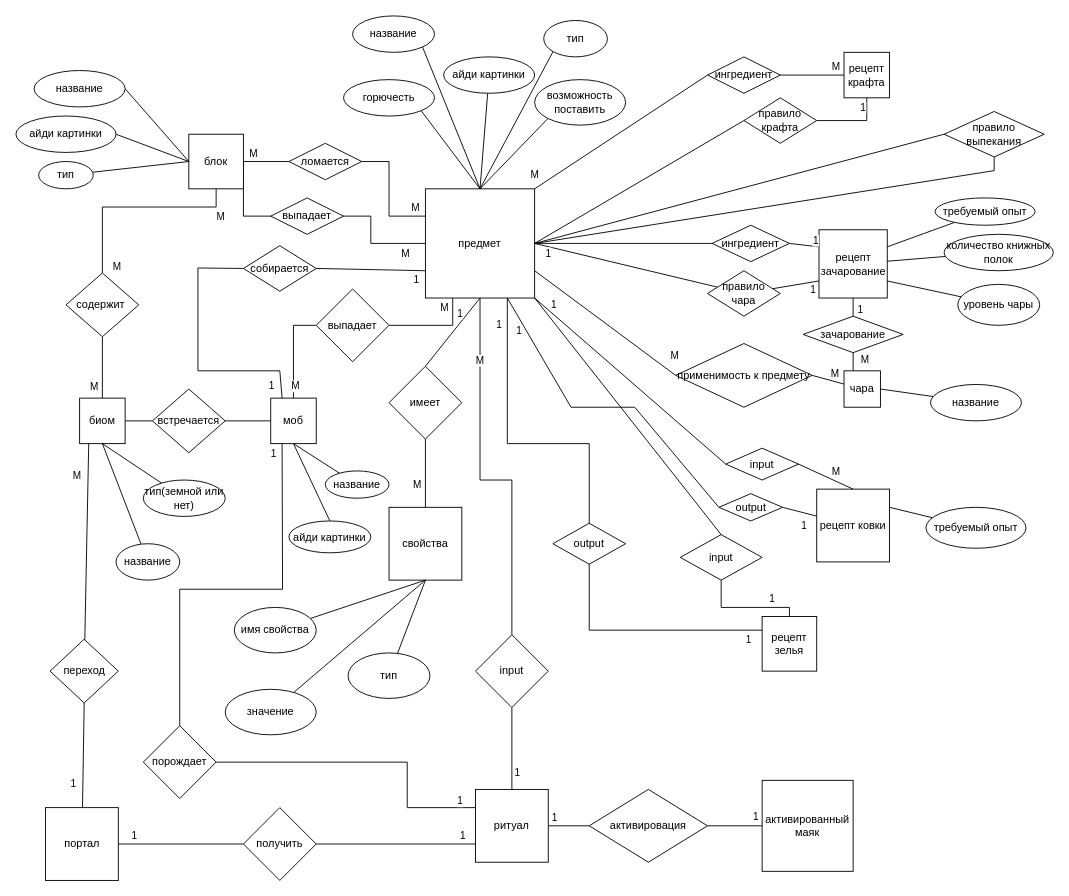
Above: second-stage/DB_coursework1.drawio in ShchA317/db-coursework (draw.io), before the change. Source tidied: cells renumbered, new cells numbered last; positions are measured from the earlier drawing's top-left corner, leaving out a move shared by most shapes. Both pictures are drawn from the tidied source at 91%, with x=0, y=0 at pixel (15, 15).
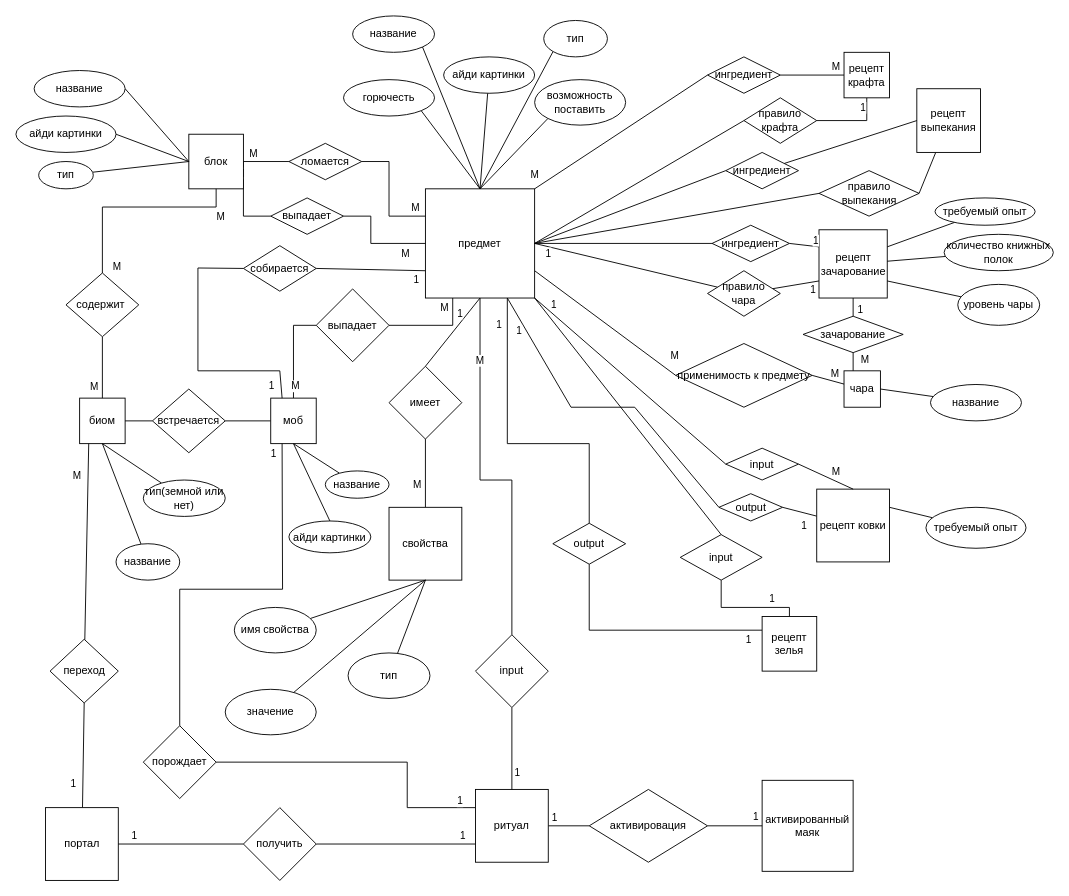
The same page after the edit.

Unchanged cells that the change refers to:
```xml
<mxCell id="13" value="предмет" style="whiteSpace=wrap;html=1;" parent="1" vertex="1">
  <mxGeometry x="450" y="190" width="120" height="120" as="geometry" />
</mxCell>
```

Change to the diagram source:
```diff
@@
+    <mxCell id="163" style="edgeStyle=none;rounded=0;jettySize=auto;html=1;entryX=0;entryY=0.5;entryDx=0;entryDy=0;startArrow=none;startFill=0;endArrow=none;endFill=0;exitX=1;exitY=0.5;exitDx=0;exitDy=0;" parent="1" edge="1" source="13" target="167">
+      <mxGeometry relative="1" as="geometry" />
+    </mxCell>
@@
-    <mxCell id="75" style="edgeStyle=none;rounded=0;jettySize=auto;html=1;entryX=1;entryY=0.5;entryDx=0;entryDy=0;startArrow=none;startFill=0;endArrow=none;endFill=0;" parent="1" edge="1" source="76" target="13">
-      <mxGeometry relative="1" as="geometry">
-        <Array as="points">
-          <mxPoint x="1075" y="170" />
-        </Array>
-      </mxGeometry>
-    </mxCell>
     <mxCell id="76" value="правило выпекания" style="rhombus;whiteSpace=wrap;html=1;" parent="1" vertex="1">
-      <mxGeometry x="1020" y="105" width="110" height="50" as="geometry" />
+      <mxGeometry x="882.5" y="170" width="110" height="50" as="geometry" />
     </mxCell>
@@
+    <mxCell id="164" style="edgeStyle=none;rounded=0;jettySize=auto;html=1;entryX=1;entryY=0.5;entryDx=0;entryDy=0;startArrow=none;startFill=0;endArrow=none;endFill=0;" parent="1" edge="1" source="165" target="76">
+      <mxGeometry relative="1" as="geometry" />
+    </mxCell>
+    <mxCell id="165" value="рецепт выпекания" style="whiteSpace=wrap;html=1;" parent="1" vertex="1">
+      <mxGeometry x="990" y="80" width="70" height="70" as="geometry" />
+    </mxCell>
+    <mxCell id="166" style="edgeStyle=none;rounded=0;jettySize=auto;html=1;entryX=0;entryY=0.5;entryDx=0;entryDy=0;startArrow=none;startFill=0;endArrow=none;endFill=0;" parent="1" edge="1" source="167" target="165">
+      <mxGeometry relative="1" as="geometry" />
+    </mxCell>
+    <mxCell id="167" value="ингредиент" style="rhombus;whiteSpace=wrap;html=1;" parent="1" vertex="1">
+      <mxGeometry x="780" y="150" width="80" height="40" as="geometry" />
+    </mxCell>
```
